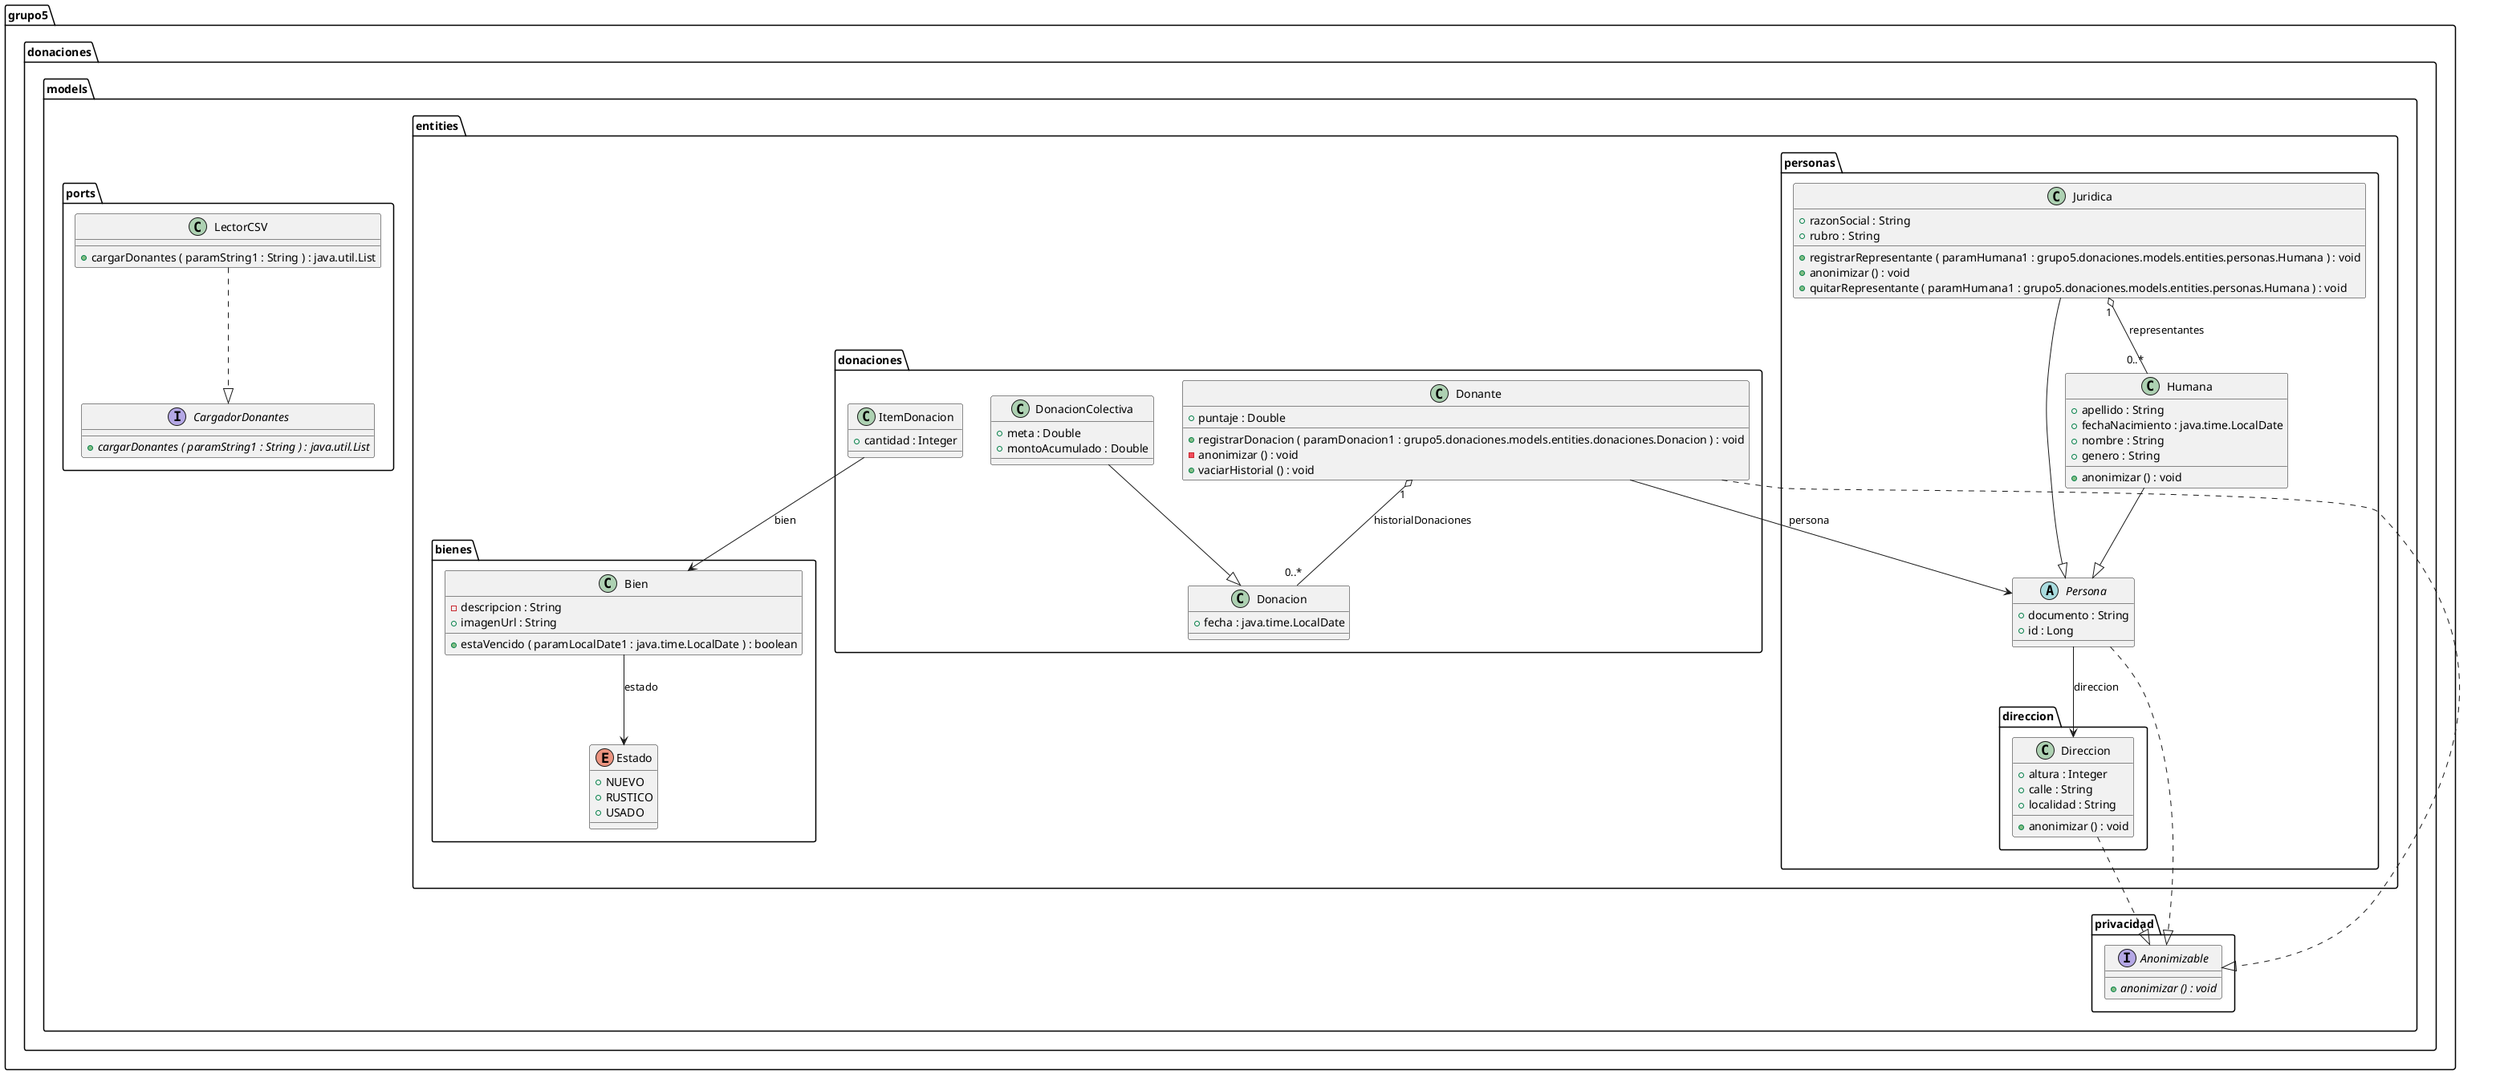
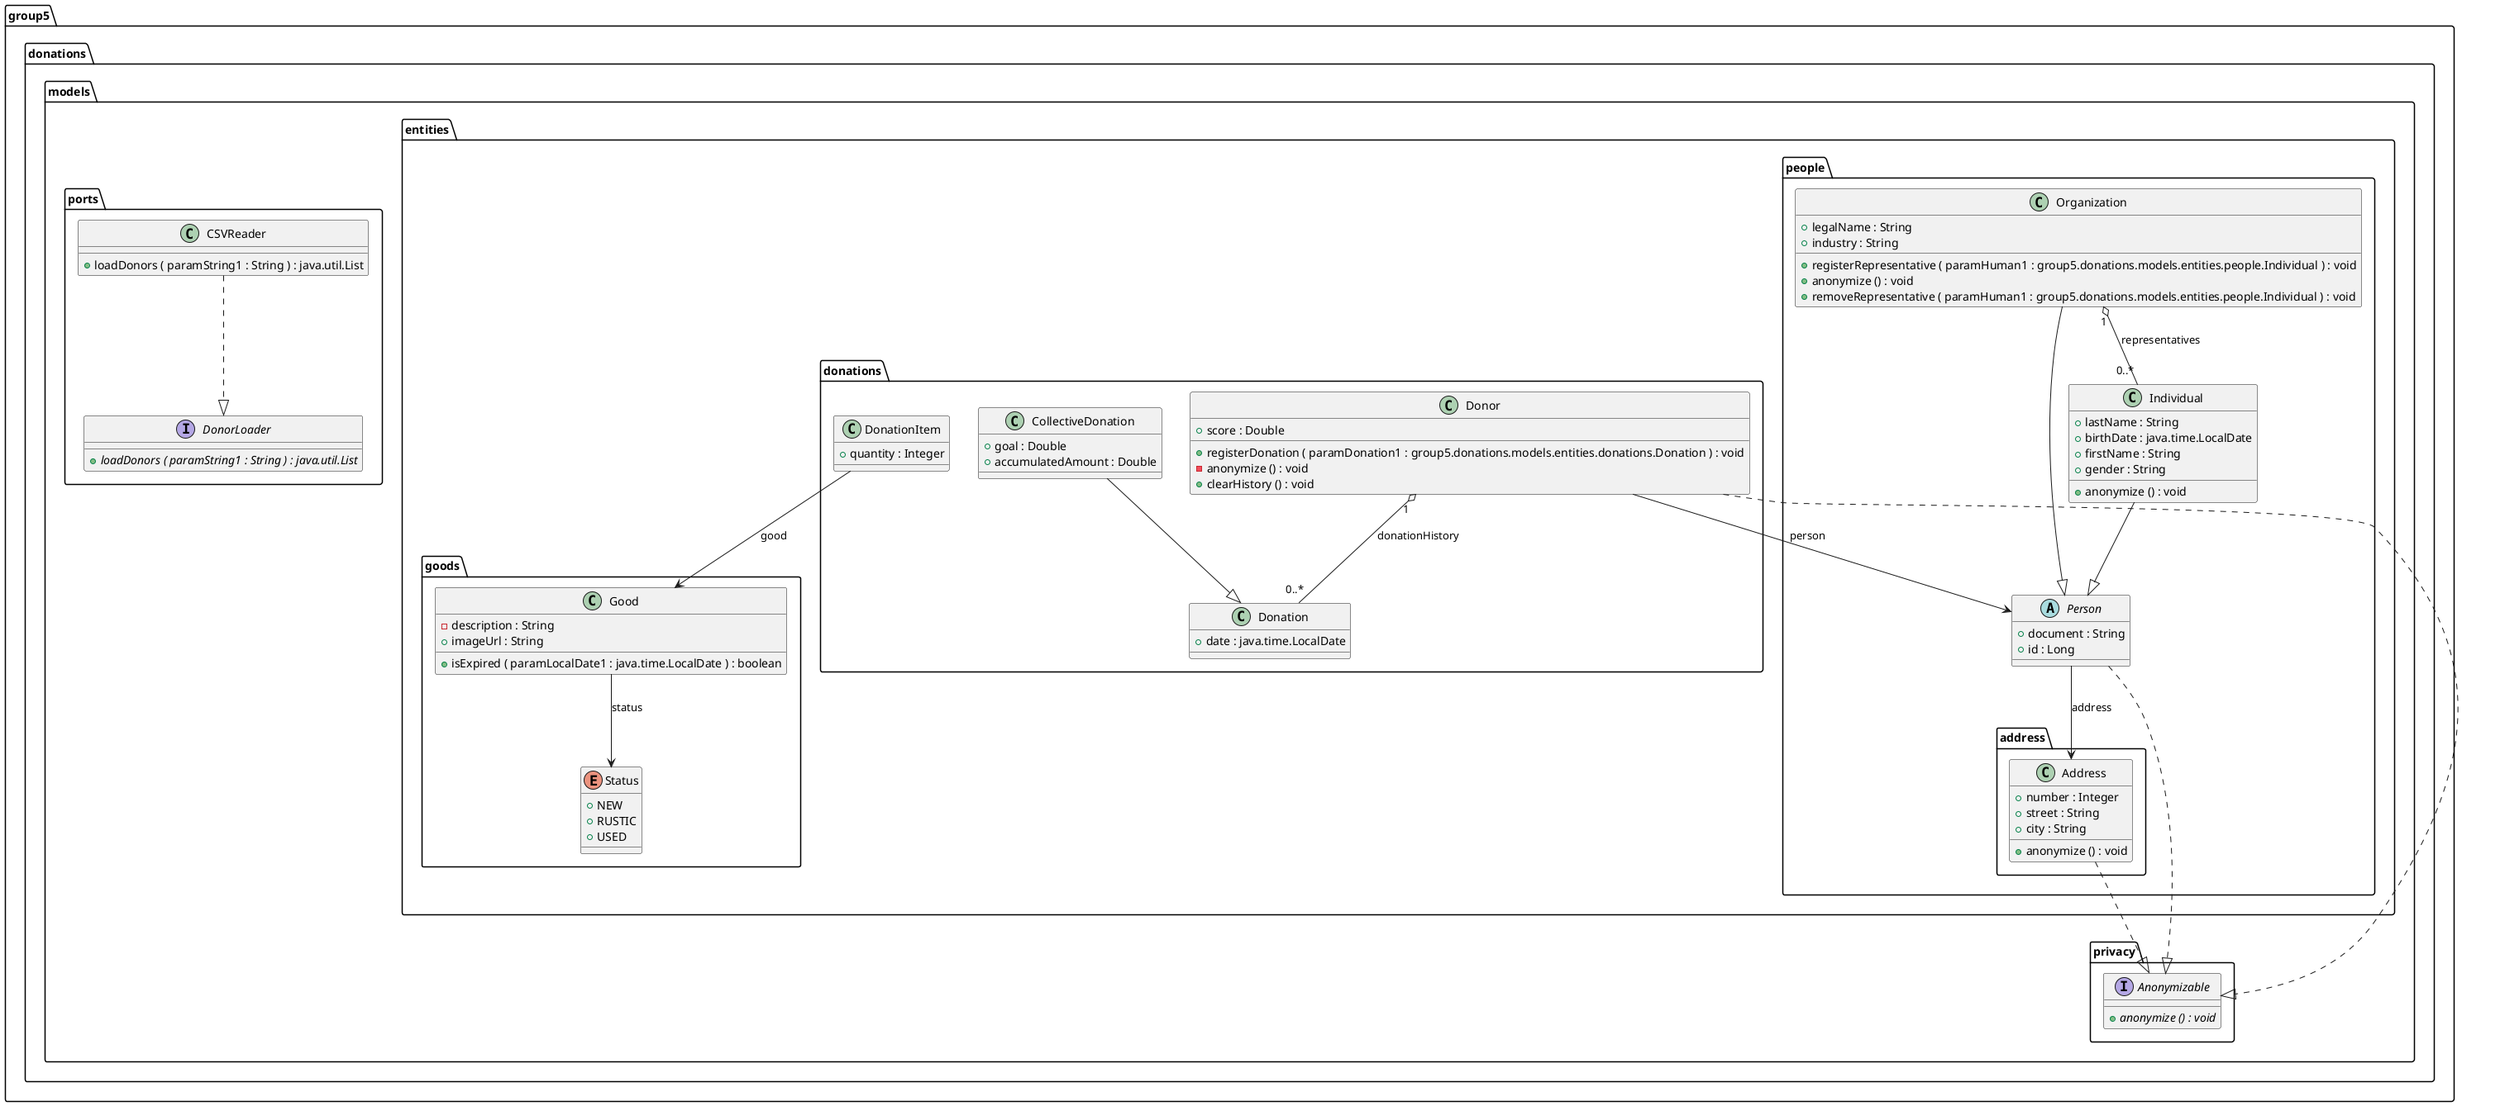
@startuml

- interface grupo5.donaciones.models.privacidad.Anonimizable {
- 	{method} {abstract} +anonimizar () : void
+ interface group5.donations.models.privacy.Anonymizable {
+ 	{method} {abstract} +anonymize () : void
}

- abstract class grupo5.donaciones.models.entities.personas.Persona {
- 	{field} +documento : String
+ abstract class group5.donations.models.entities.people.Person {
+ 	{field} +document : String
	{field} +id : Long
}

- class grupo5.donaciones.models.entities.personas.Humana {
- 	{field} +apellido : String
- 	{field} +fechaNacimiento : java.time.LocalDate
- 	{field} +nombre : String
- 	{field} +genero : String
- 	{method} +anonimizar () : void
+ class group5.donations.models.entities.people.Individual {
+ 	{field} +lastName : String
+ 	{field} +birthDate : java.time.LocalDate
+ 	{field} +firstName : String
+ 	{field} +gender : String
+ 	{method} +anonymize () : void
}

- class grupo5.donaciones.models.entities.personas.Juridica {
- 	{field} +razonSocial : String
- 	{field} +rubro : String
- 	{method} +registrarRepresentante ( paramHumana1 : grupo5.donaciones.models.entities.personas.Humana ) : void
- 	{method} +anonimizar () : void
- 	{method} +quitarRepresentante ( paramHumana1 : grupo5.donaciones.models.entities.personas.Humana ) : void
+ class group5.donations.models.entities.people.Organization {
+ 	{field} +legalName : String
+ 	{field} +industry : String
+ 	{method} +registerRepresentative ( paramHuman1 : group5.donations.models.entities.people.Individual ) : void
+ 	{method} +anonymize () : void
+ 	{method} +removeRepresentative ( paramHuman1 : group5.donations.models.entities.people.Individual ) : void
}

- class grupo5.donaciones.models.entities.personas.direccion.Direccion {
- 	{field} +altura : Integer
- 	{field} +calle : String
- 	{field} +localidad : String
- 	{method} +anonimizar () : void
+ class group5.donations.models.entities.people.address.Address {
+ 	{field} +number : Integer
+ 	{field} +street : String
+ 	{field} +city : String
+ 	{method} +anonymize () : void
}

- class grupo5.donaciones.models.entities.donaciones.Donante {
- 	{field} +puntaje : Double
- 	{method} +registrarDonacion ( paramDonacion1 : grupo5.donaciones.models.entities.donaciones.Donacion ) : void
- 	{method} -anonimizar () : void
- 	{method} +vaciarHistorial () : void
+ class group5.donations.models.entities.donations.Donor {
+ 	{field} +score : Double
+ 	{method} +registerDonation ( paramDonation1 : group5.donations.models.entities.donations.Donation ) : void
+ 	{method} -anonymize () : void
+ 	{method} +clearHistory () : void
}

- class grupo5.donaciones.models.entities.donaciones.Donacion {
- 	{field} +fecha : java.time.LocalDate
+ class group5.donations.models.entities.donations.Donation {
+ 	{field} +date : java.time.LocalDate
}

- class grupo5.donaciones.models.entities.donaciones.DonacionColectiva {
- 	{field} +meta : Double
- 	{field} +montoAcumulado : Double
+ class group5.donations.models.entities.donations.CollectiveDonation {
+ 	{field} +goal : Double
+ 	{field} +accumulatedAmount : Double
}

- class grupo5.donaciones.models.entities.donaciones.ItemDonacion {
- 	{field} +cantidad : Integer
+ class group5.donations.models.entities.donations.DonationItem {
+ 	{field} +quantity : Integer
}

- class grupo5.donaciones.models.entities.bienes.Bien {
- 	{field} -descripcion : String
- 	{field} +imagenUrl : String
- 	{method} +estaVencido ( paramLocalDate1 : java.time.LocalDate ) : boolean
+ class group5.donations.models.entities.goods.Good {
+ 	{field} -description : String
+ 	{field} +imageUrl : String
+ 	{method} +isExpired ( paramLocalDate1 : java.time.LocalDate ) : boolean
}

- enum grupo5.donaciones.models.entities.bienes.Estado {
- 	{field} +NUEVO
- 	{field} +RUSTICO
- 	{field} +USADO
+ enum group5.donations.models.entities.goods.Status {
+ 	{field} +NEW
+ 	{field} +RUSTIC
+ 	{field} +USED
}

- interface grupo5.donaciones.models.ports.CargadorDonantes {
- 	{method} {abstract} +cargarDonantes ( paramString1 : String ) : java.util.List
+ interface group5.donations.models.ports.DonorLoader {
+ 	{method} {abstract} +loadDonors ( paramString1 : String ) : java.util.List
}

- class grupo5.donaciones.models.ports.LectorCSV {
- 	{method} +cargarDonantes ( paramString1 : String ) : java.util.List
+ class group5.donations.models.ports.CSVReader {
+ 	{method} +loadDonors ( paramString1 : String ) : java.util.List
}

- grupo5.donaciones.models.ports.LectorCSV ..|> grupo5.donaciones.models.ports.CargadorDonantes
- grupo5.donaciones.models.entities.personas.Humana --|> grupo5.donaciones.models.entities.personas.Persona
- grupo5.donaciones.models.entities.personas.Juridica --|> grupo5.donaciones.models.entities.personas.Persona
- grupo5.donaciones.models.entities.personas.Juridica "1" o-- "0..*" grupo5.donaciones.models.entities.personas.Humana : representantes
- grupo5.donaciones.models.entities.personas.Persona --> grupo5.donaciones.models.entities.personas.direccion.Direccion : direccion
- grupo5.donaciones.models.entities.personas.Persona ..|> grupo5.donaciones.models.privacidad.Anonimizable
- grupo5.donaciones.models.entities.personas.direccion.Direccion ..|> grupo5.donaciones.models.privacidad.Anonimizable
- grupo5.donaciones.models.entities.donaciones.Donante --> grupo5.donaciones.models.entities.personas.Persona : persona
- grupo5.donaciones.models.entities.donaciones.Donante ..|> grupo5.donaciones.models.privacidad.Anonimizable
- grupo5.donaciones.models.entities.donaciones.Donante "1" o-- "0..*" grupo5.donaciones.models.entities.donaciones.Donacion : historialDonaciones
- grupo5.donaciones.models.entities.donaciones.ItemDonacion --> grupo5.donaciones.models.entities.bienes.Bien : bien
- grupo5.donaciones.models.entities.bienes.Bien --> grupo5.donaciones.models.entities.bienes.Estado : estado
- grupo5.donaciones.models.entities.donaciones.DonacionColectiva --|> grupo5.donaciones.models.entities.donaciones.Donacion
+ group5.donations.models.ports.CSVReader ..|> group5.donations.models.ports.DonorLoader
+ group5.donations.models.entities.people.Individual --|> group5.donations.models.entities.people.Person
+ group5.donations.models.entities.people.Organization --|> group5.donations.models.entities.people.Person
+ group5.donations.models.entities.people.Organization "1" o-- "0..*" group5.donations.models.entities.people.Individual : representatives
+ group5.donations.models.entities.people.Person --> group5.donations.models.entities.people.address.Address : address
+ group5.donations.models.entities.people.Person ..|> group5.donations.models.privacy.Anonymizable
+ group5.donations.models.entities.people.address.Address ..|> group5.donations.models.privacy.Anonymizable
+ group5.donations.models.entities.donations.Donor --> group5.donations.models.entities.people.Person : person
+ group5.donations.models.entities.donations.Donor ..|> group5.donations.models.privacy.Anonymizable
+ group5.donations.models.entities.donations.Donor "1" o-- "0..*" group5.donations.models.entities.donations.Donation : donationHistory
+ group5.donations.models.entities.donations.DonationItem --> group5.donations.models.entities.goods.Good : good
+ group5.donations.models.entities.goods.Good --> group5.donations.models.entities.goods.Status : status
+ group5.donations.models.entities.donations.CollectiveDonation --|> group5.donations.models.entities.donations.Donation

@enduml
